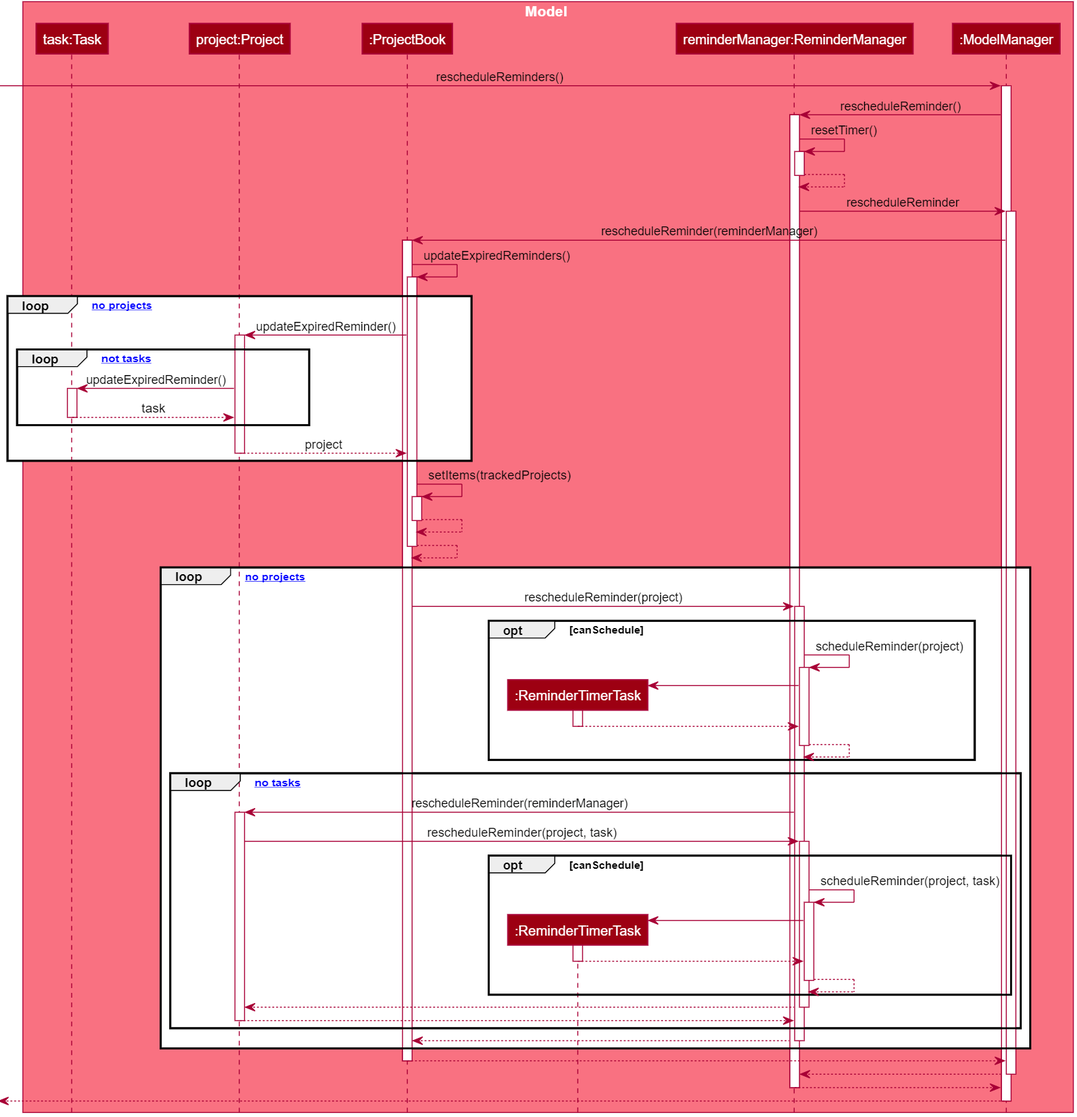
Before: docs/images/ScheduleReminderSequenceDiagram.png, a diagram exported from PlantUML (pr4aveen/tp). Its source is kept beside it as docs/diagrams/ScheduleReminderSequenceDiagram.puml.
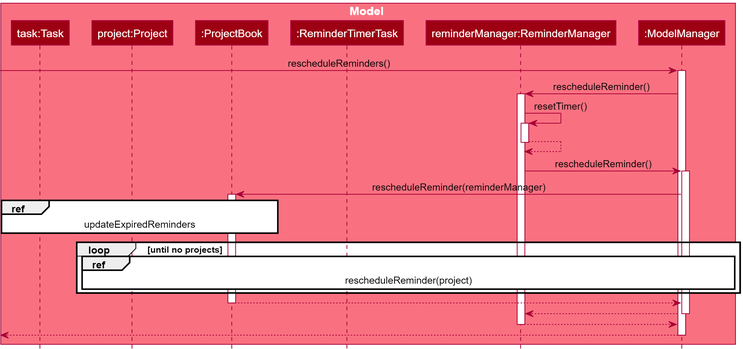
After the change.

Diff of the diagram source:
```diff
@@ -17,56 +17,27 @@
 ReminderManager -> ReminderManager : resetTimer()
 return
 
-ReminderManager -> ModelManager : rescheduleReminder
+ReminderManager -> ModelManager : rescheduleReminder()
 
 ModelManager -> ProjectBook : rescheduleReminder(reminderManager)
 
-ProjectBook -> ProjectBook : updateExpiredReminders()
+ref over Task, Project, ProjectBook : updateExpiredReminders
 
-loop [until no projects]
-    ProjectBook -> Project : updateExpiredReminder()
 
-loop [until not tasks]
-Project -> Task : updateExpiredReminder()
-return task
-end
-return project
-end
 
-ProjectBook -> ProjectBook : setItems(trackedProjects)
-return
-return
 
-loop [until no projects]
-    ProjectBook -> ReminderManager : rescheduleReminder(project)
 
-group opt [canSchedule]
-ReminderManager -> ReminderManager : scheduleReminder(project)
+group loop [until no projects]
+ref over Project, ProjectBook, ReminderTimerTask, ReminderManager, ModelManager : rescheduleReminder(project)
 
-create ReminderTimerTask
-ReminderManager -> ReminderTimerTask
-return
-return
-end
 
-loop [until no tasks]
-ReminderManager -> Project : rescheduleReminder(reminderManager)
 
-Project -> ReminderManager : rescheduleReminder(project, task)
 
-group opt [canSchedule]
-ReminderManager -> ReminderManager : scheduleReminder(project, task)
 
-create ReminderTimerTask
-ReminderManager -> ReminderTimerTask
-return
-return
-end
 
-return
-return
-end
-return
+
+
+
 end
 return
 return
```
